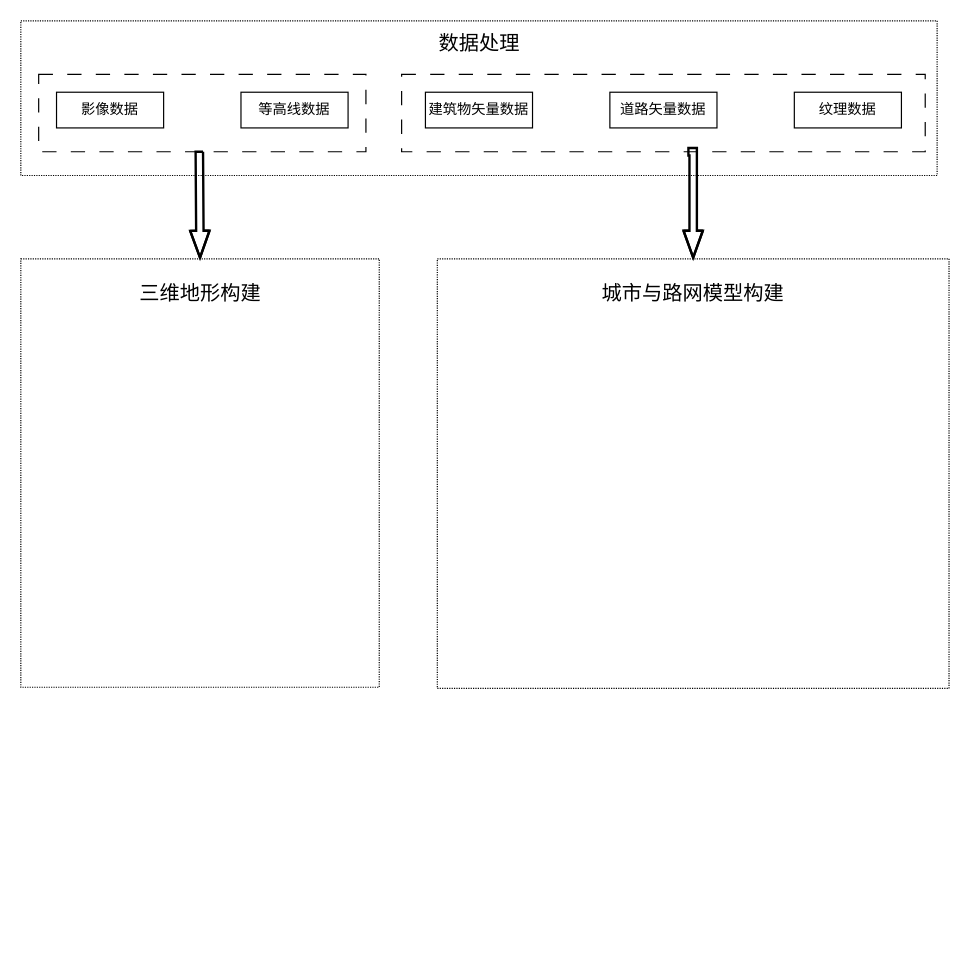
Above: 技术路线.drawio in hhw-cainiao/draw (draw.io), before the change. Source tidied: cells renumbered, new cells numbered last; positions are measured from the earlier drawing's top-left corner, leaving out a move shared by most shapes. Both pictures are drawn from the tidied source at 119%, with x=0, y=0 at pixel (20, 20).
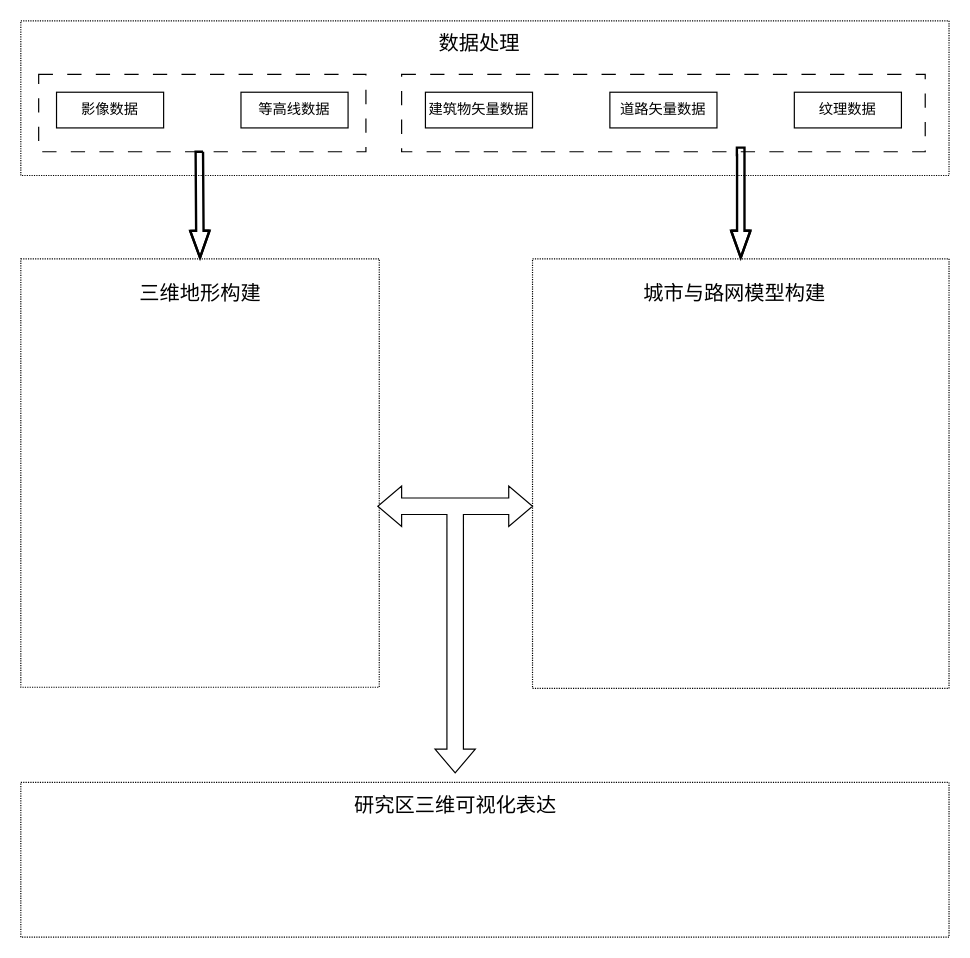
The same page after the edit.

Commit message (it also covers changes not shown here):
更新技术路线.drawio

The change refers to these unchanged cells:
```xml
<mxCell id="5" style="rounded=0;whiteSpace=wrap;html=1;dashed=1;dashPattern=12 12;" parent="1" vertex="1">
  <mxGeometry x="320" y="45" width="440" height="65" as="geometry" />
</mxCell>
```

Diff of the diagram source:
```diff
@@
     <mxCell id="2" style="rounded=0;whiteSpace=wrap;html=1;dashed=1;dashPattern=1 1;" parent="1" vertex="1">
-      <mxGeometry width="770" height="130" as="geometry" />
+      <mxGeometry width="780" height="130" as="geometry" />
     </mxCell>
@@
     <mxCell id="14" style="rounded=0;whiteSpace=wrap;html=1;dashed=1;dashPattern=1 1;" parent="1" vertex="1">
-      <mxGeometry x="350" y="200" width="430" height="361" as="geometry" />
+      <mxGeometry x="430" y="200" width="350" height="361" as="geometry" />
     </mxCell>
-    <mxCell id="15" style="edgeStyle=orthogonalEdgeStyle;rounded=0;jettySize=auto;html=1;entryX=0.5;entryY=0;entryDx=0;entryDy=0;fontStyle=1;strokeWidth=2;shape=flexArrow;width=5.238095238095238;endSize=6.862068965517242;endWidth=7.991242474001095;" parent="1" edge="1" target="14">
+    <mxCell id="15" style="edgeStyle=orthogonalEdgeStyle;rounded=0;jettySize=auto;html=1;entryX=0.5;entryY=0;entryDx=0;entryDy=0;fontStyle=1;strokeWidth=2;shape=flexArrow;width=5.238095238095238;endSize=6.862068965517242;endWidth=7.991242474001095;exitX=0.638;exitY=0.995;exitDx=0;exitDy=0;exitPerimeter=0;" parent="1" edge="1" source="5" target="14">
       <mxGeometry relative="1" as="geometry">
-        <mxPoint x="560" y="110" as="sourcePoint" />
         <Array as="points">
-          <mxPoint x="565" y="110" />
+          <mxPoint x="605" y="110" />
         </Array>
       </mxGeometry>
     </mxCell>
     <mxCell id="16" value="城市与路网模型构建" style="text;html=1;strokeColor=none;fillColor=none;align=center;verticalAlign=middle;whiteSpace=wrap;rounded=0;fontSize=17;" parent="1" vertex="1">
-      <mxGeometry x="485" y="220" width="160" height="20" as="geometry" />
+      <mxGeometry x="520" y="220" width="160" height="20" as="geometry" />
     </mxCell>
+    <mxCell id="17" style="html=1;shadow=0;dashed=0;align=center;verticalAlign=middle;shape=mxgraph.arrows2.triadArrow;dy=10;dx=20;arrowHead=33.86;rotation=-180;" parent="1" vertex="1">
+      <mxGeometry x="300" y="391" width="130" height="241" as="geometry" />
+    </mxCell>
+    <mxCell id="18" style="rounded=0;whiteSpace=wrap;html=1;dashed=1;dashPattern=1 1;" parent="1" vertex="1">
+      <mxGeometry y="640" width="780" height="130" as="geometry" />
+    </mxCell>
+    <mxCell id="19" value="研究区三维可视化表达" style="text;html=1;strokeColor=none;fillColor=none;align=center;verticalAlign=middle;whiteSpace=wrap;rounded=0;fontSize=17;" parent="1" vertex="1">
+      <mxGeometry x="272.5" y="650" width="185" height="20" as="geometry" />
+    </mxCell>
```
